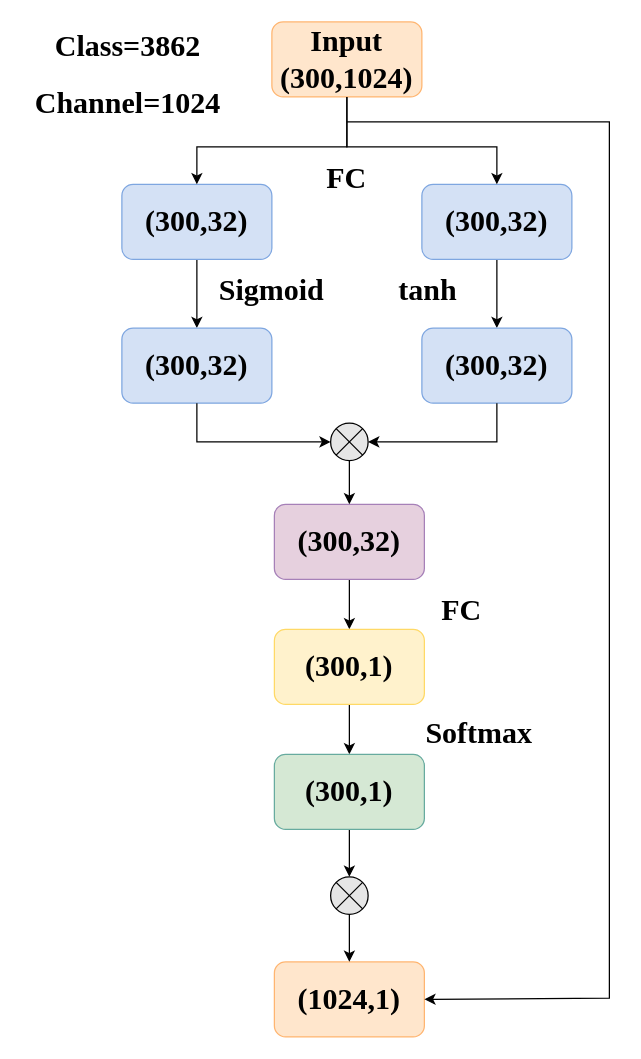
This is MIVL.drawio from limengzhu3211/draw, a draw.io file, before an edit. Source tidied: cells renumbered, new cells numbered last; positions are measured from the earlier drawing's top-left corner, leaving out a move shared by most shapes. Both pictures are drawn from the tidied source at 125%, with x=0, y=0 at pixel (21, 21).
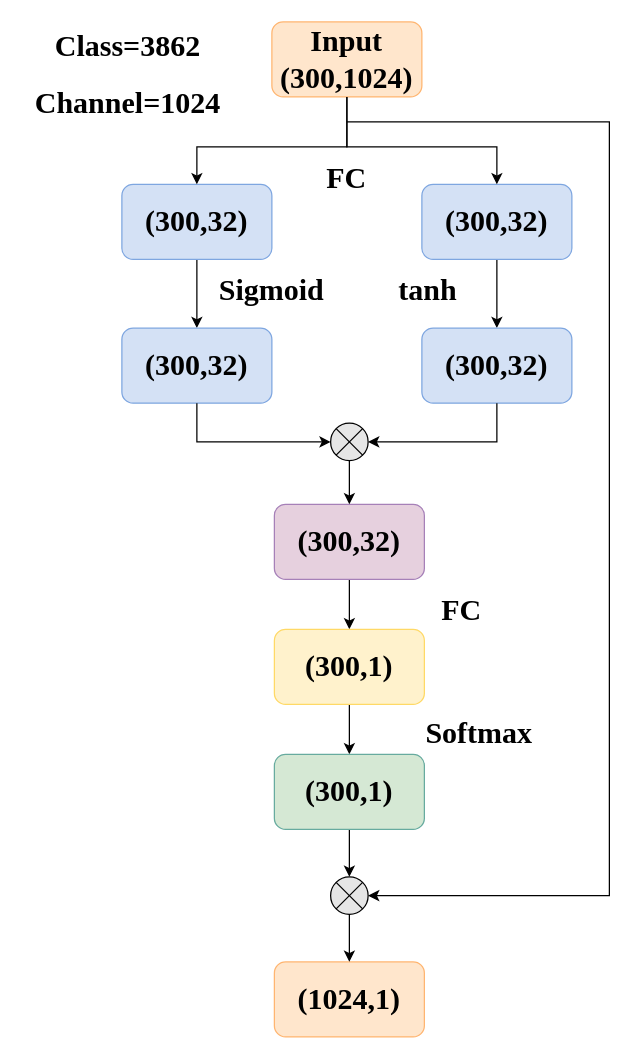
After the change.

The change refers to these unchanged cells:
```xml
<mxCell id="13" value="&lt;span&gt;&lt;font face=&quot;Times New Roman&quot; style=&quot;font-size: 24px&quot;&gt;&lt;b&gt;(1024,1)&lt;/b&gt;&lt;/font&gt;&lt;/span&gt;" style="rounded=1;whiteSpace=wrap;html=1;fillColor=#FFE6CC;strokeColor=#FFB570;" parent="1" vertex="1">
  <mxGeometry x="202" y="752" width="120" height="60" as="geometry" />
</mxCell>
<mxCell id="25" style="ellipse;whiteSpace=wrap;html=1;fillColor=#E6E6E6;" parent="1" vertex="1">
  <mxGeometry x="247" y="684" width="30" height="30" as="geometry" />
</mxCell>
```

Change to the diagram source:
```diff
@@
-    <mxCell id="28" style="endArrow=classic;html=1;rounded=0;edgeStyle=orthogonalEdgeStyle;entryX=1;entryY=0.5;entryDx=0;entryDy=0;" parent="1" edge="1" target="13">
+    <mxCell id="28" style="endArrow=classic;html=1;rounded=0;edgeStyle=orthogonalEdgeStyle;entryX=1;entryY=0.5;entryDx=0;entryDy=0;" parent="1" edge="1" target="25">
       <mxGeometry relative="1" as="geometry">
         <mxPoint x="260" y="80" as="sourcePoint" />
         <Array as="points">
           <mxPoint x="470" y="80" />
-          <mxPoint x="470" y="781" />
+          <mxPoint x="470" y="699" />
         </Array>
       </mxGeometry>
     </mxCell>
```
